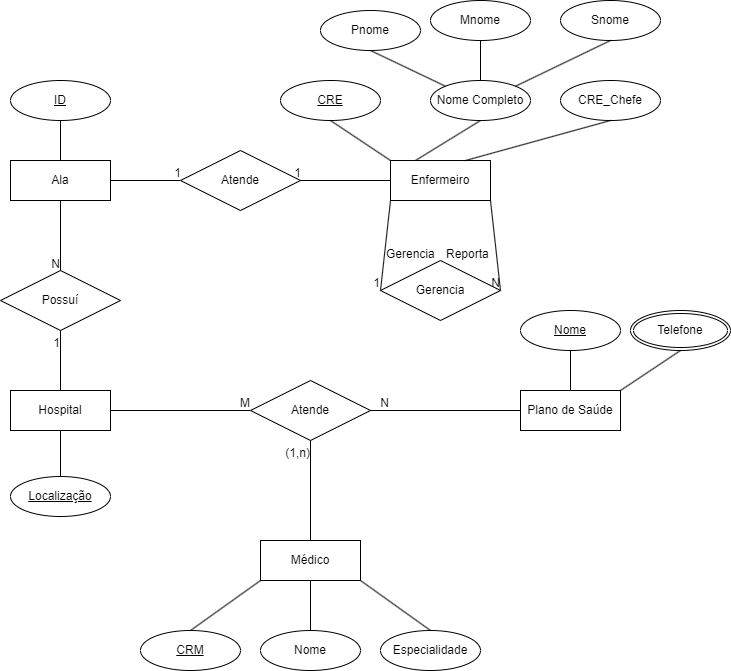
The draw.io diagram Exerc1.drawio.png in VitorFonseca123/ExerciciosACH2004_BD, before a commit. Source tidied: cells renumbered, new cells last; positions are measured from the earlier drawing's top-left corner, leaving out a move shared by most shapes. The source it was exported from:
```xml
<mxGraphModel>
  <root>
    <mxCell id="0" />
    <mxCell id="1" parent="0" />
    <mxCell id="2" value="Enfermeiro" style="whiteSpace=wrap;html=1;align=center;" parent="1" vertex="1">
      <mxGeometry x="390" y="160" width="100" height="40" as="geometry" />
    </mxCell>
    <mxCell id="3" value="CRE" style="ellipse;whiteSpace=wrap;html=1;align=center;fontStyle=4;" parent="1" vertex="1">
      <mxGeometry x="280" y="80" width="100" height="40" as="geometry" />
    </mxCell>
    <mxCell id="4" style="endArrow=none;html=1;rounded=0;entryX=0;entryY=0;entryDx=0;entryDy=0;exitX=0.5;exitY=1;exitDx=0;exitDy=0;" parent="1" edge="1" source="3" target="2">
      <mxGeometry relative="1" as="geometry" />
    </mxCell>
    <mxCell id="5" style="endArrow=none;html=1;rounded=0;exitX=0.5;exitY=1;exitDx=0;exitDy=0;entryX=0.25;entryY=0;entryDx=0;entryDy=0;" parent="1" edge="1" target="2">
      <mxGeometry relative="1" as="geometry">
        <mxPoint x="480" y="120" as="sourcePoint" />
      </mxGeometry>
    </mxCell>
    <mxCell id="6" value="Nome Completo" style="ellipse;whiteSpace=wrap;html=1;align=center;fontStyle=0;" parent="1" vertex="1">
      <mxGeometry x="430" y="80" width="100" height="40" as="geometry" />
    </mxCell>
    <mxCell id="7" value="Pnome" style="ellipse;whiteSpace=wrap;html=1;align=center;fontStyle=0;" parent="1" vertex="1">
      <mxGeometry x="320" y="10" width="100" height="40" as="geometry" />
    </mxCell>
    <mxCell id="8" style="endArrow=none;html=1;rounded=0;exitX=0.5;exitY=1;exitDx=0;exitDy=0;entryX=0;entryY=0;entryDx=0;entryDy=0;" parent="1" edge="1" source="7" target="6">
      <mxGeometry relative="1" as="geometry" />
    </mxCell>
    <mxCell id="9" value="Mnome" style="ellipse;whiteSpace=wrap;html=1;align=center;fontStyle=0;" parent="1" vertex="1">
      <mxGeometry x="430" width="100" height="40" as="geometry" />
    </mxCell>
    <mxCell id="10" style="endArrow=none;html=1;rounded=0;exitX=0.5;exitY=1;exitDx=0;exitDy=0;entryX=0.5;entryY=0;entryDx=0;entryDy=0;" parent="1" edge="1" source="9" target="6">
      <mxGeometry relative="1" as="geometry" />
    </mxCell>
    <mxCell id="11" value="Snome" style="ellipse;whiteSpace=wrap;html=1;align=center;fontStyle=0;" parent="1" vertex="1">
      <mxGeometry x="560" width="100" height="40" as="geometry" />
    </mxCell>
    <mxCell id="12" style="endArrow=none;html=1;rounded=0;exitX=0.5;exitY=1;exitDx=0;exitDy=0;entryX=1;entryY=0;entryDx=0;entryDy=0;" parent="1" edge="1" source="11" target="6">
      <mxGeometry relative="1" as="geometry" />
    </mxCell>
    <mxCell id="13" value="CRE_Chefe" style="ellipse;whiteSpace=wrap;html=1;align=center;" parent="1" vertex="1">
      <mxGeometry x="560" y="80" width="100" height="40" as="geometry" />
    </mxCell>
    <mxCell id="14" style="endArrow=none;html=1;rounded=0;exitX=0.5;exitY=1;exitDx=0;exitDy=0;entryX=0.75;entryY=0;entryDx=0;entryDy=0;" parent="1" edge="1" source="13" target="2">
      <mxGeometry relative="1" as="geometry" />
    </mxCell>
    <mxCell id="15" value="Gerencia" style="shape=rhombus;perimeter=rhombusPerimeter;whiteSpace=wrap;html=1;align=center;" parent="1" vertex="1">
      <mxGeometry x="380" y="260" width="120" height="60" as="geometry" />
    </mxCell>
    <mxCell id="16" style="endArrow=none;html=1;rounded=0;entryX=0;entryY=0.5;entryDx=0;entryDy=0;exitX=0;exitY=1;exitDx=0;exitDy=0;" parent="1" edge="1" source="2" target="15">
      <mxGeometry relative="1" as="geometry" />
    </mxCell>
    <mxCell id="17" value="1" style="html=1;whiteSpace=wrap;align=right;verticalAlign=bottom;" parent="16" vertex="1">
      <mxGeometry x="1" relative="1" as="geometry" />
    </mxCell>
    <mxCell id="18" value="Gerencia" style="text;strokeColor=none;fillColor=none;spacingLeft=4;spacingRight=4;overflow=hidden;fontSize=12;whiteSpace=wrap;html=1;" parent="1" vertex="1">
      <mxGeometry x="380" y="240" width="60" height="30" as="geometry" />
    </mxCell>
    <mxCell id="19" value="Reporta" style="text;strokeColor=none;fillColor=none;spacingLeft=4;spacingRight=4;overflow=hidden;fontSize=12;whiteSpace=wrap;html=1;" parent="1" vertex="1">
      <mxGeometry x="440" y="240" width="80" height="30" as="geometry" />
    </mxCell>
    <mxCell id="20" style="endArrow=none;html=1;rounded=0;entryX=1;entryY=0.5;entryDx=0;entryDy=0;exitX=1;exitY=1;exitDx=0;exitDy=0;" parent="1" edge="1" source="2" target="15">
      <mxGeometry relative="1" as="geometry" />
    </mxCell>
    <mxCell id="21" value="N" style="html=1;whiteSpace=wrap;align=right;verticalAlign=bottom;" parent="20" vertex="1">
      <mxGeometry x="1" relative="1" as="geometry" />
    </mxCell>
    <mxCell id="22" value="Ala" style="whiteSpace=wrap;html=1;align=center;" parent="1" vertex="1">
      <mxGeometry x="10" y="160" width="100" height="40" as="geometry" />
    </mxCell>
    <mxCell id="23" style="rounded=0;jettySize=auto;html=1;exitX=0.5;exitY=1;exitDx=0;exitDy=0;entryX=0.5;entryY=0;entryDx=0;entryDy=0;strokeColor=default;endArrow=none;endFill=0;" parent="1" edge="1" source="24" target="22">
      <mxGeometry relative="1" as="geometry" />
    </mxCell>
    <mxCell id="24" value="ID" style="ellipse;whiteSpace=wrap;html=1;align=center;fontStyle=4;" parent="1" vertex="1">
      <mxGeometry x="10" y="80" width="100" height="40" as="geometry" />
    </mxCell>
    <mxCell id="25" style="endArrow=none;html=1;rounded=0;exitX=1;exitY=0.5;exitDx=0;exitDy=0;" parent="1" edge="1" source="22">
      <mxGeometry relative="1" as="geometry">
        <mxPoint x="180" y="180" as="targetPoint" />
      </mxGeometry>
    </mxCell>
    <mxCell id="26" value="1" style="html=1;whiteSpace=wrap;align=right;verticalAlign=bottom;" parent="25" vertex="1">
      <mxGeometry x="1" relative="1" as="geometry" />
    </mxCell>
    <mxCell id="27" value="Atende" style="shape=rhombus;perimeter=rhombusPerimeter;whiteSpace=wrap;html=1;align=center;" parent="1" vertex="1">
      <mxGeometry x="180" y="150" width="120" height="60" as="geometry" />
    </mxCell>
    <mxCell id="28" style="endArrow=none;html=1;rounded=0;exitX=0;exitY=0.5;exitDx=0;exitDy=0;entryX=1;entryY=0.5;entryDx=0;entryDy=0;" parent="1" edge="1" source="2" target="27">
      <mxGeometry relative="1" as="geometry" />
    </mxCell>
    <mxCell id="29" value="1" style="html=1;whiteSpace=wrap;align=right;verticalAlign=bottom;" parent="28" vertex="1">
      <mxGeometry x="1" relative="1" as="geometry" />
    </mxCell>
    <mxCell id="30" value="Médico" style="whiteSpace=wrap;html=1;align=center;" parent="1" vertex="1">
      <mxGeometry x="260" y="540" width="100" height="40" as="geometry" />
    </mxCell>
    <mxCell id="31" style="endArrow=none;html=1;rounded=0;exitX=0;exitY=1;exitDx=0;exitDy=0;entryX=0.5;entryY=0;entryDx=0;entryDy=0;" parent="1" edge="1" source="30" target="45">
      <mxGeometry relative="1" as="geometry" />
    </mxCell>
    <mxCell id="32" value="Plano de Saúde" style="whiteSpace=wrap;html=1;align=center;" parent="1" vertex="1">
      <mxGeometry x="520" y="390" width="100" height="40" as="geometry" />
    </mxCell>
    <mxCell id="33" value="Nome" style="ellipse;whiteSpace=wrap;html=1;align=center;fontStyle=4;" parent="1" vertex="1">
      <mxGeometry x="520" y="310" width="100" height="40" as="geometry" />
    </mxCell>
    <mxCell id="34" style="endArrow=none;html=1;rounded=0;exitX=0.5;exitY=1;exitDx=0;exitDy=0;entryX=0.5;entryY=0;entryDx=0;entryDy=0;" parent="1" edge="1" source="33" target="32">
      <mxGeometry relative="1" as="geometry" />
    </mxCell>
    <mxCell id="35" value="Telefone" style="ellipse;shape=doubleEllipse;margin=3;whiteSpace=wrap;html=1;align=center;" parent="1" vertex="1">
      <mxGeometry x="630" y="310" width="100" height="40" as="geometry" />
    </mxCell>
    <mxCell id="36" style="endArrow=none;html=1;rounded=0;entryX=0.5;entryY=1;entryDx=0;entryDy=0;exitX=1;exitY=0;exitDx=0;exitDy=0;" parent="1" edge="1" source="32" target="35">
      <mxGeometry relative="1" as="geometry" />
    </mxCell>
    <mxCell id="37" value="Hospital" style="whiteSpace=wrap;html=1;align=center;" parent="1" vertex="1">
      <mxGeometry x="10" y="390" width="100" height="40" as="geometry" />
    </mxCell>
    <mxCell id="38" value="Localização" style="ellipse;whiteSpace=wrap;html=1;align=center;fontStyle=4;" parent="1" vertex="1">
      <mxGeometry x="10" y="476" width="100" height="40" as="geometry" />
    </mxCell>
    <mxCell id="39" style="endArrow=none;html=1;rounded=0;exitX=0.5;exitY=0;exitDx=0;exitDy=0;entryX=0.5;entryY=1;entryDx=0;entryDy=0;" parent="1" edge="1" source="38" target="37">
      <mxGeometry relative="1" as="geometry" />
    </mxCell>
    <mxCell id="40" value="Possuí" style="shape=rhombus;perimeter=rhombusPerimeter;whiteSpace=wrap;html=1;align=center;" parent="1" vertex="1">
      <mxGeometry y="270" width="120" height="60" as="geometry" />
    </mxCell>
    <mxCell id="41" style="endArrow=none;html=1;rounded=0;entryX=0.5;entryY=1;entryDx=0;entryDy=0;exitX=0.5;exitY=0;exitDx=0;exitDy=0;" parent="1" edge="1" source="37" target="40">
      <mxGeometry relative="1" as="geometry" />
    </mxCell>
    <mxCell id="42" value="1" style="html=1;whiteSpace=wrap;align=right;verticalAlign=bottom;" parent="41" vertex="1">
      <mxGeometry x="1" relative="1" as="geometry">
        <mxPoint y="20" as="offset" />
      </mxGeometry>
    </mxCell>
    <mxCell id="43" style="endArrow=none;html=1;rounded=0;entryX=0.5;entryY=0;entryDx=0;entryDy=0;exitX=0.5;exitY=1;exitDx=0;exitDy=0;" parent="1" edge="1" source="22" target="40">
      <mxGeometry relative="1" as="geometry" />
    </mxCell>
    <mxCell id="44" value="N" style="html=1;whiteSpace=wrap;align=right;verticalAlign=bottom;" parent="43" vertex="1">
      <mxGeometry x="1" relative="1" as="geometry" />
    </mxCell>
    <mxCell id="45" value="CRM" style="ellipse;whiteSpace=wrap;html=1;align=center;fontStyle=4;" parent="1" vertex="1">
      <mxGeometry x="140" y="630" width="100" height="40" as="geometry" />
    </mxCell>
    <mxCell id="46" value="Nome" style="ellipse;whiteSpace=wrap;html=1;align=center;" parent="1" vertex="1">
      <mxGeometry x="260" y="630" width="100" height="40" as="geometry" />
    </mxCell>
    <mxCell id="47" value="Especialidade" style="ellipse;whiteSpace=wrap;html=1;align=center;" parent="1" vertex="1">
      <mxGeometry x="380" y="630" width="100" height="40" as="geometry" />
    </mxCell>
    <mxCell id="48" style="endArrow=none;html=1;rounded=0;exitX=0.5;exitY=1;exitDx=0;exitDy=0;entryX=0.5;entryY=0;entryDx=0;entryDy=0;" parent="1" edge="1" source="30" target="46">
      <mxGeometry relative="1" as="geometry" />
    </mxCell>
    <mxCell id="49" style="endArrow=none;html=1;rounded=0;exitX=1;exitY=1;exitDx=0;exitDy=0;entryX=0.5;entryY=0;entryDx=0;entryDy=0;" parent="1" edge="1" source="30" target="47">
      <mxGeometry relative="1" as="geometry" />
    </mxCell>
    <mxCell id="50" value="Atende" style="shape=rhombus;perimeter=rhombusPerimeter;whiteSpace=wrap;html=1;align=center;" parent="1" vertex="1">
      <mxGeometry x="250" y="380" width="120" height="60" as="geometry" />
    </mxCell>
    <mxCell id="51" style="endArrow=none;html=1;rounded=0;exitX=0.5;exitY=0;exitDx=0;exitDy=0;entryX=0.5;entryY=1;entryDx=0;entryDy=0;" parent="1" edge="1" source="30" target="50">
      <mxGeometry relative="1" as="geometry" />
    </mxCell>
    <mxCell id="52" value="(1,n)" style="html=1;whiteSpace=wrap;align=right;verticalAlign=bottom;" parent="51" vertex="1">
      <mxGeometry x="1" relative="1" as="geometry">
        <mxPoint y="20" as="offset" />
      </mxGeometry>
    </mxCell>
    <mxCell id="53" style="endArrow=none;html=1;rounded=0;entryX=1;entryY=0.5;entryDx=0;entryDy=0;exitX=0;exitY=0.5;exitDx=0;exitDy=0;" parent="1" edge="1" source="32" target="50">
      <mxGeometry relative="1" as="geometry" />
    </mxCell>
    <mxCell id="54" value="N" style="html=1;whiteSpace=wrap;align=right;verticalAlign=bottom;" parent="53" vertex="1">
      <mxGeometry x="1" relative="1" as="geometry">
        <mxPoint x="20" as="offset" />
      </mxGeometry>
    </mxCell>
    <mxCell id="55" style="endArrow=none;html=1;rounded=0;entryX=0;entryY=0.5;entryDx=0;entryDy=0;" parent="1" edge="1" target="50">
      <mxGeometry relative="1" as="geometry">
        <mxPoint x="110" y="410" as="sourcePoint" />
      </mxGeometry>
    </mxCell>
    <mxCell id="56" value="M" style="html=1;whiteSpace=wrap;align=right;verticalAlign=bottom;" parent="55" vertex="1">
      <mxGeometry x="1" relative="1" as="geometry" />
    </mxCell>
  </root>
</mxGraphModel>
```
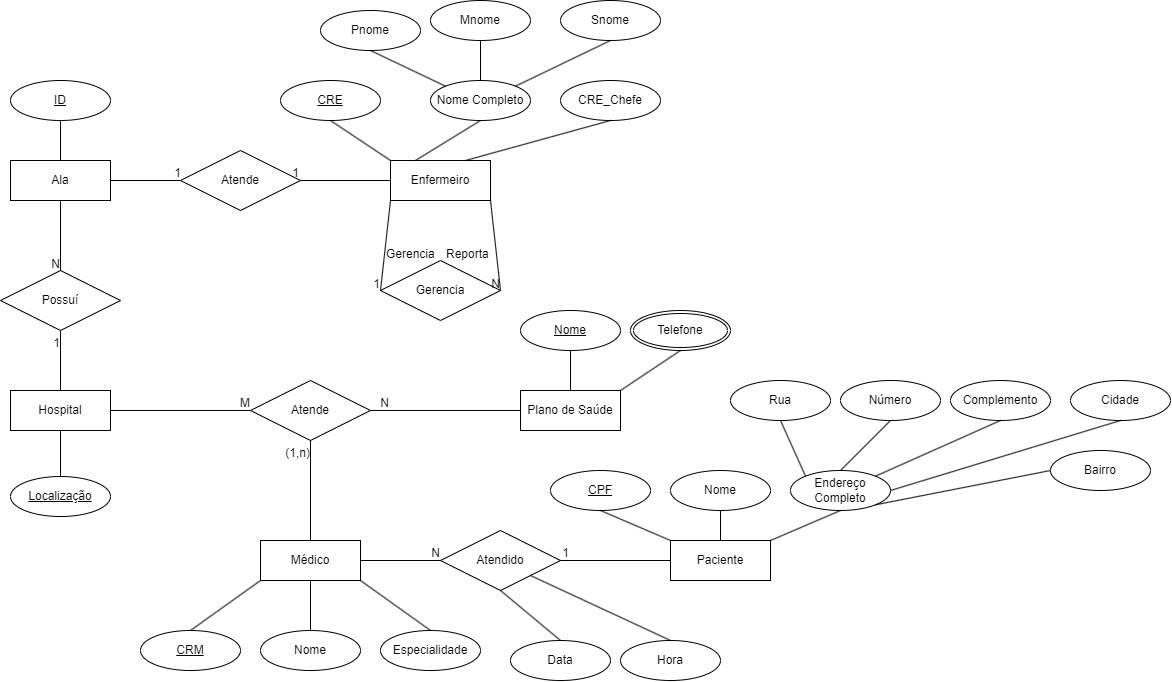
Later version of the same file.

Diff of the diagram source:
```diff
@@ -179,5 +179,85 @@
     <mxCell id="56" value="M" style="html=1;whiteSpace=wrap;align=right;verticalAlign=bottom;" parent="55" vertex="1">
       <mxGeometry x="1" relative="1" as="geometry" />
     </mxCell>
+    <mxCell id="57" value="Paciente" style="whiteSpace=wrap;html=1;align=center;" parent="1" vertex="1">
+      <mxGeometry x="670" y="540" width="100" height="40" as="geometry" />
+    </mxCell>
+    <mxCell id="58" value="CPF" style="ellipse;whiteSpace=wrap;html=1;align=center;fontStyle=4;" parent="1" vertex="1">
+      <mxGeometry x="550" y="470" width="100" height="40" as="geometry" />
+    </mxCell>
+    <mxCell id="59" style="endArrow=none;html=1;rounded=0;entryX=0.5;entryY=1;entryDx=0;entryDy=0;exitX=0;exitY=0;exitDx=0;exitDy=0;" parent="1" edge="1" source="57" target="58">
+      <mxGeometry relative="1" as="geometry" />
+    </mxCell>
+    <mxCell id="60" value="Nome" style="ellipse;whiteSpace=wrap;html=1;align=center;" parent="1" vertex="1">
+      <mxGeometry x="670" y="470" width="100" height="40" as="geometry" />
+    </mxCell>
+    <mxCell id="61" style="endArrow=none;html=1;rounded=0;entryX=0.5;entryY=1;entryDx=0;entryDy=0;exitX=0.5;exitY=0;exitDx=0;exitDy=0;" parent="1" edge="1" source="57" target="60">
+      <mxGeometry relative="1" as="geometry" />
+    </mxCell>
+    <mxCell id="62" value="Endereço Completo" style="ellipse;whiteSpace=wrap;html=1;align=center;" parent="1" vertex="1">
+      <mxGeometry x="790" y="470" width="100" height="40" as="geometry" />
+    </mxCell>
+    <mxCell id="63" style="endArrow=none;html=1;rounded=0;exitX=0.5;exitY=1;exitDx=0;exitDy=0;entryX=1;entryY=0;entryDx=0;entryDy=0;" parent="1" edge="1" source="62" target="57">
+      <mxGeometry relative="1" as="geometry" />
+    </mxCell>
+    <mxCell id="64" value="Rua" style="ellipse;whiteSpace=wrap;html=1;align=center;" parent="1" vertex="1">
+      <mxGeometry x="730" y="380" width="100" height="40" as="geometry" />
+    </mxCell>
+    <mxCell id="65" value="Número" style="ellipse;whiteSpace=wrap;html=1;align=center;" parent="1" vertex="1">
+      <mxGeometry x="840" y="380" width="100" height="40" as="geometry" />
+    </mxCell>
+    <mxCell id="66" value="Complemento" style="ellipse;whiteSpace=wrap;html=1;align=center;" parent="1" vertex="1">
+      <mxGeometry x="950" y="380" width="100" height="40" as="geometry" />
+    </mxCell>
+    <mxCell id="67" value="Bairro" style="ellipse;whiteSpace=wrap;html=1;align=center;" parent="1" vertex="1">
+      <mxGeometry x="1050" y="450" width="100" height="40" as="geometry" />
+    </mxCell>
+    <mxCell id="68" value="Cidade" style="ellipse;whiteSpace=wrap;html=1;align=center;" parent="1" vertex="1">
+      <mxGeometry x="1070" y="380" width="100" height="40" as="geometry" />
+    </mxCell>
+    <mxCell id="69" style="endArrow=none;html=1;rounded=0;exitX=0.5;exitY=1;exitDx=0;exitDy=0;entryX=0;entryY=0;entryDx=0;entryDy=0;" parent="1" edge="1" source="64" target="62">
+      <mxGeometry relative="1" as="geometry" />
+    </mxCell>
+    <mxCell id="70" style="endArrow=none;html=1;rounded=0;exitX=0.5;exitY=1;exitDx=0;exitDy=0;entryX=0.5;entryY=0;entryDx=0;entryDy=0;" parent="1" edge="1" source="65" target="62">
+      <mxGeometry relative="1" as="geometry" />
+    </mxCell>
+    <mxCell id="71" style="endArrow=none;html=1;rounded=0;exitX=0.5;exitY=1;exitDx=0;exitDy=0;entryX=1;entryY=0;entryDx=0;entryDy=0;" parent="1" edge="1" source="66" target="62">
+      <mxGeometry relative="1" as="geometry" />
+    </mxCell>
+    <mxCell id="72" style="endArrow=none;html=1;rounded=0;exitX=0.5;exitY=1;exitDx=0;exitDy=0;entryX=1;entryY=0.5;entryDx=0;entryDy=0;" parent="1" edge="1" source="68" target="62">
+      <mxGeometry relative="1" as="geometry" />
+    </mxCell>
+    <mxCell id="73" style="endArrow=none;html=1;rounded=0;exitX=0;exitY=0.5;exitDx=0;exitDy=0;entryX=1;entryY=1;entryDx=0;entryDy=0;" parent="1" edge="1" source="67" target="62">
+      <mxGeometry relative="1" as="geometry" />
+    </mxCell>
+    <mxCell id="74" value="Atendido" style="shape=rhombus;perimeter=rhombusPerimeter;whiteSpace=wrap;html=1;align=center;" parent="1" vertex="1">
+      <mxGeometry x="440" y="530" width="120" height="60" as="geometry" />
+    </mxCell>
+    <mxCell id="75" style="endArrow=none;html=1;rounded=0;entryX=1;entryY=0.5;entryDx=0;entryDy=0;exitX=0;exitY=0.5;exitDx=0;exitDy=0;" parent="1" edge="1" source="57" target="74">
+      <mxGeometry relative="1" as="geometry" />
+    </mxCell>
+    <mxCell id="76" value="1" style="html=1;whiteSpace=wrap;align=right;verticalAlign=bottom;" parent="75" vertex="1">
+      <mxGeometry x="1" relative="1" as="geometry">
+        <mxPoint x="10" as="offset" />
+      </mxGeometry>
+    </mxCell>
+    <mxCell id="77" style="endArrow=none;html=1;rounded=0;entryX=0;entryY=0.5;entryDx=0;entryDy=0;exitX=1;exitY=0.5;exitDx=0;exitDy=0;" parent="1" edge="1" source="30" target="74">
+      <mxGeometry relative="1" as="geometry" />
+    </mxCell>
+    <mxCell id="78" value="N" style="html=1;whiteSpace=wrap;align=right;verticalAlign=bottom;" parent="77" vertex="1">
+      <mxGeometry x="1" relative="1" as="geometry" />
+    </mxCell>
+    <mxCell id="79" value="Data" style="ellipse;whiteSpace=wrap;html=1;align=center;" parent="1" vertex="1">
+      <mxGeometry x="510" y="640" width="100" height="40" as="geometry" />
+    </mxCell>
+    <mxCell id="80" value="Hora" style="ellipse;whiteSpace=wrap;html=1;align=center;" parent="1" vertex="1">
+      <mxGeometry x="620" y="640" width="100" height="40" as="geometry" />
+    </mxCell>
+    <mxCell id="81" style="endArrow=none;html=1;rounded=0;entryX=0.5;entryY=0;entryDx=0;entryDy=0;exitX=0.5;exitY=1;exitDx=0;exitDy=0;" parent="1" edge="1" source="74" target="79">
+      <mxGeometry relative="1" as="geometry" />
+    </mxCell>
+    <mxCell id="82" style="endArrow=none;html=1;rounded=0;exitX=0.5;exitY=0;exitDx=0;exitDy=0;entryX=1;entryY=1;entryDx=0;entryDy=0;" parent="1" edge="1" source="80" target="74">
+      <mxGeometry relative="1" as="geometry" />
+    </mxCell>
   </root>
 </mxGraphModel>
```
